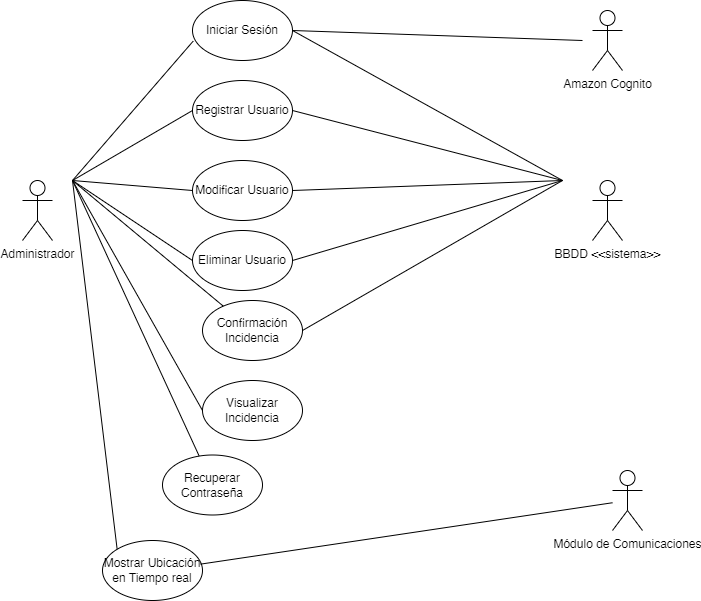
Above: imagenes/casosdeusoweb.png in alangamboa97/TT (draw.io), before the change. Source tidied: cells renumbered, new cells last; positions are measured from the earlier drawing's top-left corner, leaving out a move shared by most shapes.
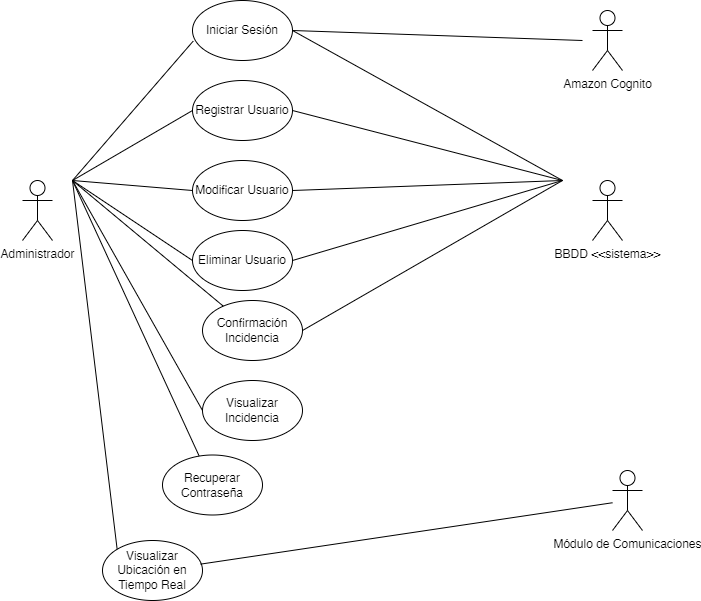
The same file after the commit.

The edit, as a diff of the source:
```diff
@@ -29,7 +29,7 @@
     <mxCell id="10" value="Confirmación Incidencia" style="ellipse;whiteSpace=wrap;html=1;" parent="1" vertex="1">
       <mxGeometry x="180" y="300" width="100" height="60" as="geometry" />
     </mxCell>
-    <mxCell id="11" value="Mostrar Ubicación en Tiempo real" style="ellipse;whiteSpace=wrap;html=1;" parent="1" vertex="1">
+    <mxCell id="11" value="Visualizar Ubicación en Tiempo Real" style="ellipse;whiteSpace=wrap;html=1;" parent="1" vertex="1">
       <mxGeometry x="80" y="540" width="100" height="60" as="geometry" />
     </mxCell>
     <mxCell id="12" style="endArrow=none;html=1;rounded=0;entryX=0.007;entryY=0.677;entryDx=0;entryDy=0;entryPerimeter=0;" parent="1" edge="1" target="3">
```
